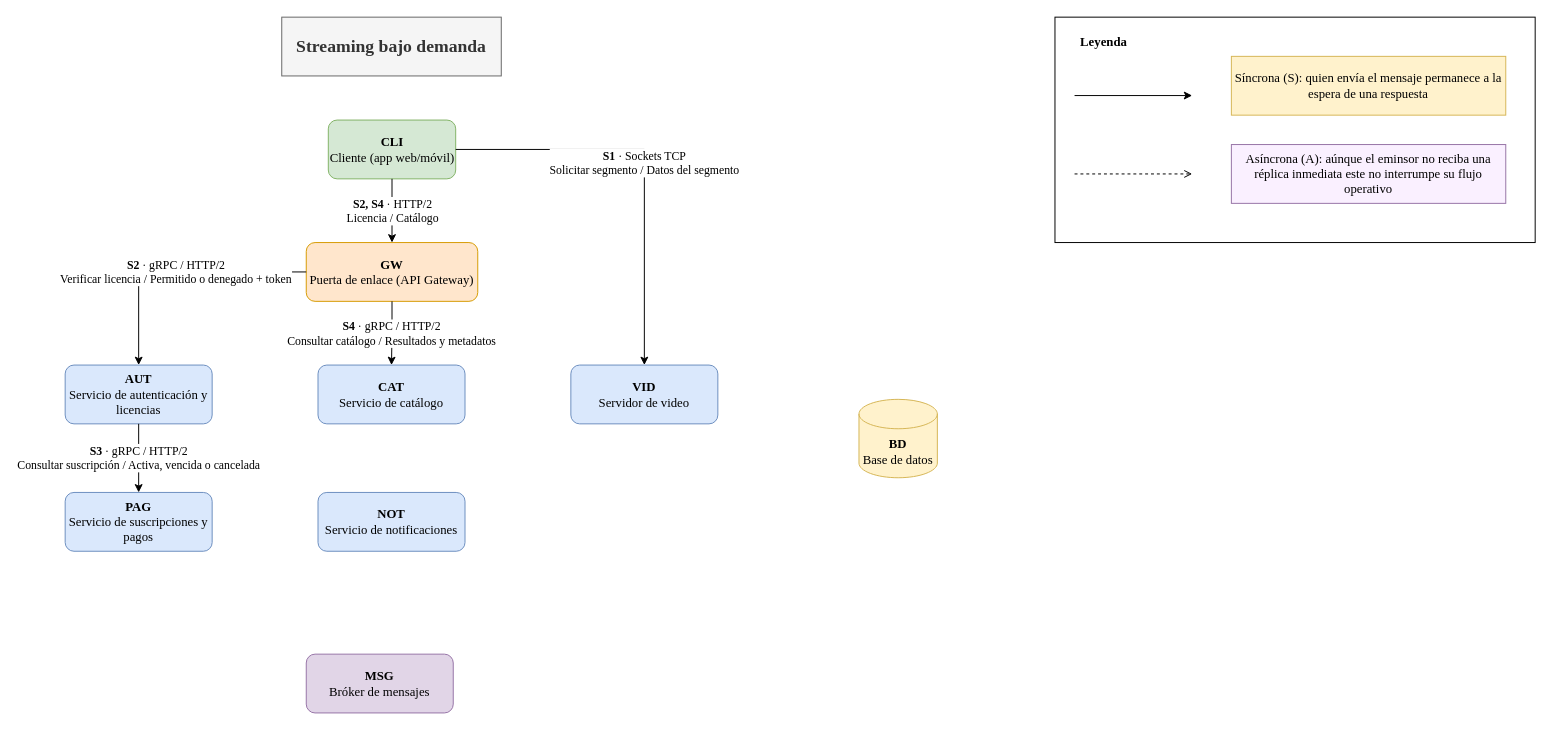
Above: diagrama/comunicacion.drawio in reyshadow0/isr701-form-tl-01 (draw.io), before the change. Source tidied: cells renumbered, new cells numbered last; positions are measured from the earlier drawing's top-left corner, leaving out a move shared by most shapes. Both pictures are drawn from the tidied source at 98%, with x=0, y=0 at pixel (65, 17).
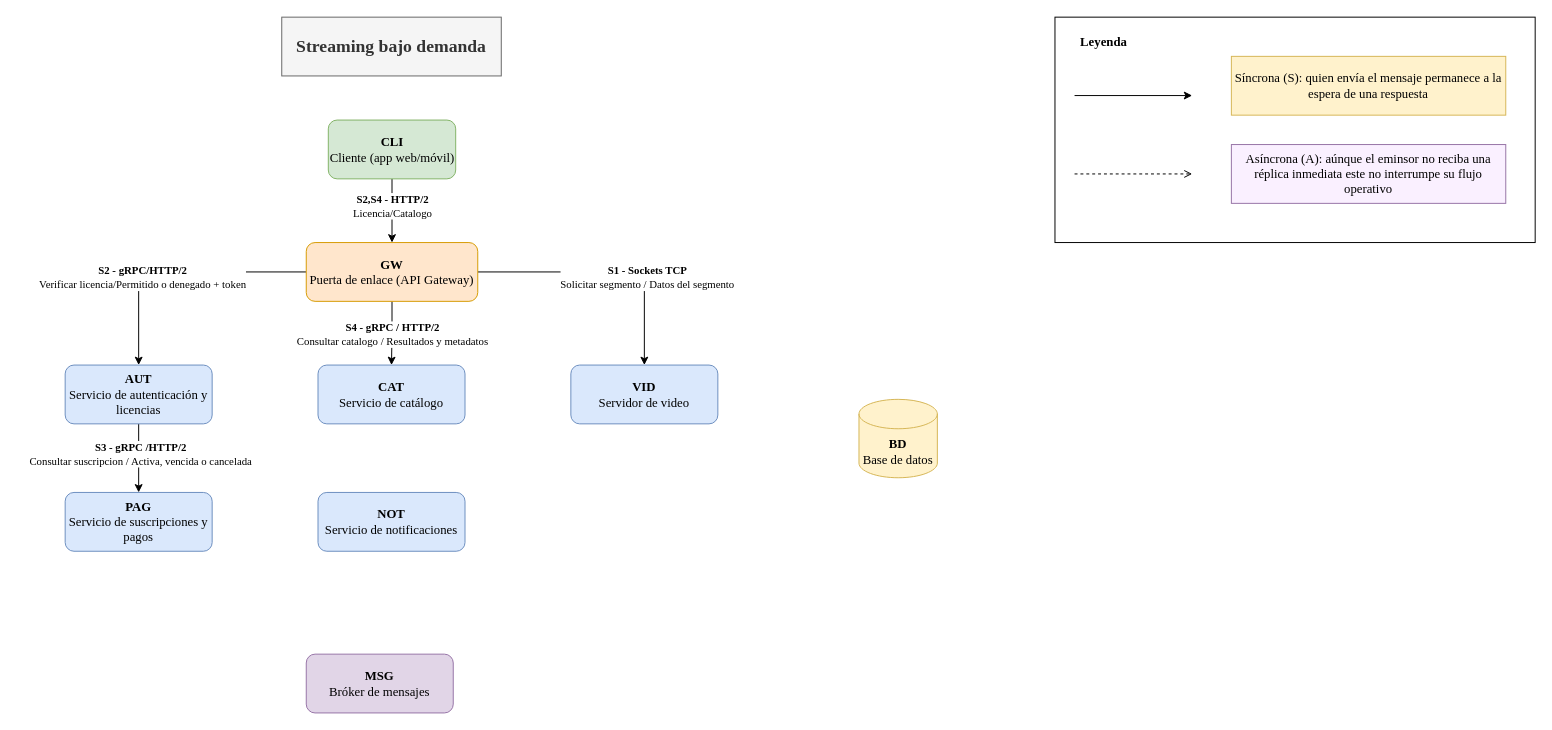
After the change.

Commit message:
Ajustes de interacciones sincronas

The change refers to these unchanged cells:
```xml
<mxCell id="3" value="&lt;b&gt;CLI&lt;/b&gt;&lt;div&gt;Cliente (app web/móvil)&lt;/div&gt;" style="rounded=1;whiteSpace=wrap;html=1;roundedPerimeter=1;fillColor=#d5e8d4;strokeColor=#82b366;fontFamily=Times New Roman;fontSize=13;" parent="1" vertex="1">
  <mxGeometry x="268.5" y="105" width="130" height="60" as="geometry" />
</mxCell>
<mxCell id="4" value="&lt;b&gt;GW&lt;/b&gt;&lt;div&gt;Puerta de enlace (API Gateway)&lt;/div&gt;" style="rounded=1;whiteSpace=wrap;html=1;roundedPerimeter=1;fillColor=#ffe6cc;strokeColor=#d79b00;fontFamily=Times New Roman;fontSize=13;" parent="1" vertex="1">
  <mxGeometry x="246" y="230" width="175" height="60" as="geometry" />
</mxCell>
<mxCell id="5" value="&lt;b&gt;AUT&lt;/b&gt;&lt;div&gt;Servicio de autenticación y licencias&lt;/div&gt;" style="rounded=1;whiteSpace=wrap;html=1;roundedPerimeter=1;fillColor=#dae8fc;strokeColor=#6c8ebf;fontFamily=Times New Roman;fontSize=13;" parent="1" vertex="1">
  <mxGeometry y="355" width="150" height="60" as="geometry" />
</mxCell>
<mxCell id="6" value="&lt;b&gt;CAT&lt;/b&gt;&lt;div&gt;Servicio de catálogo&lt;/div&gt;" style="rounded=1;whiteSpace=wrap;html=1;roundedPerimeter=1;fillColor=#dae8fc;strokeColor=#6c8ebf;fontFamily=Times New Roman;fontSize=13;" parent="1" vertex="1">
  <mxGeometry x="258" y="355" width="150" height="60" as="geometry" />
</mxCell>
<mxCell id="7" value="&lt;b&gt;VID&lt;/b&gt;&lt;div&gt;Servidor de video&lt;/div&gt;" style="rounded=1;whiteSpace=wrap;html=1;roundedPerimeter=1;fillColor=#dae8fc;strokeColor=#6c8ebf;fontFamily=Times New Roman;fontSize=13;" parent="1" vertex="1">
  <mxGeometry x="516" y="355" width="150" height="60" as="geometry" />
</mxCell>
<mxCell id="8" value="&lt;b&gt;PAG&lt;/b&gt;&lt;div&gt;Servicio de suscripciones y pagos&lt;/div&gt;" style="rounded=1;whiteSpace=wrap;html=1;roundedPerimeter=1;fillColor=#dae8fc;strokeColor=#6c8ebf;fontFamily=Times New Roman;fontSize=13;" parent="1" vertex="1">
  <mxGeometry y="485" width="150" height="60" as="geometry" />
</mxCell>
```

Change to the diagram source:
```diff
@@
+    <mxCell id="19" style="edgeStyle=orthogonalEdgeStyle;rounded=0;jettySize=auto;html=1;entryX=0.5;entryY=0;entryDx=0;entryDy=0;defaultLabelBackgroundColor=page;" parent="1" edge="1" source="3" target="4">
+      <mxGeometry relative="1" as="geometry" />
+    </mxCell>
+    <mxCell id="23" value="&lt;font face=&quot;Times New Roman&quot;&gt;&lt;b&gt;S2,S4 - HTTP/2&lt;/b&gt;&lt;br&gt;Licencia/Catalogo&lt;/font&gt;" style="edgeLabel;html=1;align=center;verticalAlign=middle;inheritText=1;defaultLabelBackgroundColor=page;" parent="19" vertex="1">
+      <mxGeometry x="-0.15" relative="1" as="geometry">
+        <mxPoint y="-1" as="offset" />
+      </mxGeometry>
+    </mxCell>
@@
+    <mxCell id="20" style="edgeStyle=orthogonalEdgeStyle;rounded=0;jettySize=auto;html=1;defaultLabelBackgroundColor=page;" parent="1" edge="1" source="4" target="5">
+      <mxGeometry relative="1" as="geometry" />
+    </mxCell>
+    <mxCell id="24" value="&lt;b&gt;&lt;font face=&quot;Times New Roman&quot;&gt;S2 - gRPC/HTTP/2&lt;/font&gt;&lt;/b&gt;&lt;div&gt;&lt;font face=&quot;Times New Roman&quot;&gt;Verificar licencia/Permitido o denegado + token&lt;/font&gt;&lt;/div&gt;" style="edgeLabel;html=1;align=center;verticalAlign=middle;inheritText=1;defaultLabelBackgroundColor=page;" parent="20" vertex="1">
+      <mxGeometry x="0.32" y="3" relative="1" as="geometry" />
+    </mxCell>
+    <mxCell id="21" style="edgeStyle=orthogonalEdgeStyle;rounded=0;jettySize=auto;html=1;entryX=0.5;entryY=0;entryDx=0;entryDy=0;defaultLabelBackgroundColor=page;" parent="1" edge="1" source="4" target="6">
+      <mxGeometry relative="1" as="geometry" />
+    </mxCell>
+    <mxCell id="25" value="&lt;div&gt;&lt;b&gt;&lt;font face=&quot;Times New Roman&quot;&gt;S4 - gRPC / HTTP/2&lt;/font&gt;&lt;/b&gt;&lt;/div&gt;&lt;div&gt;&lt;font face=&quot;Times New Roman&quot;&gt;Consultar catalogo / Resultados y metadatos&lt;/font&gt;&lt;/div&gt;" style="edgeLabel;html=1;align=center;verticalAlign=middle;inheritText=1;defaultLabelBackgroundColor=page;" parent="21" vertex="1">
+      <mxGeometry x="0.05" relative="1" as="geometry" />
+    </mxCell>
+    <mxCell id="26" style="edgeStyle=orthogonalEdgeStyle;rounded=0;jettySize=auto;html=1;defaultLabelBackgroundColor=page;" parent="1" edge="1" source="4" target="7">
+      <mxGeometry relative="1" as="geometry" />
+    </mxCell>
+    <mxCell id="27" value="&lt;div&gt;&lt;b&gt;&lt;font face=&quot;Times New Roman&quot;&gt;S1 - Sockets TCP&lt;/font&gt;&lt;/b&gt;&lt;/div&gt;&lt;div&gt;&lt;font face=&quot;Times New Roman&quot;&gt;Solicitar segmento / Datos del segmento&lt;/font&gt;&lt;/div&gt;" style="edgeLabel;html=1;align=center;verticalAlign=middle;inheritText=1;defaultLabelBackgroundColor=page;" parent="26" vertex="1">
+      <mxGeometry x="0.32" y="2" relative="1" as="geometry" />
+    </mxCell>
@@
+    <mxCell id="22" style="edgeStyle=orthogonalEdgeStyle;rounded=0;jettySize=auto;html=1;entryX=0.5;entryY=0;entryDx=0;entryDy=0;defaultLabelBackgroundColor=page;" parent="1" edge="1" source="5" target="8">
+      <mxGeometry relative="1" as="geometry" />
+    </mxCell>
+    <mxCell id="28" value="&lt;div&gt;&lt;b&gt;&lt;font face=&quot;Times New Roman&quot;&gt;S3 - gRPC /HTTP/2&lt;/font&gt;&lt;/b&gt;&lt;/div&gt;&lt;div&gt;&lt;font face=&quot;Times New Roman&quot;&gt;Consultar suscripcion / Activa, vencida o cancelada&lt;/font&gt;&lt;/div&gt;" style="edgeLabel;html=1;align=center;verticalAlign=middle;inheritText=1;defaultLabelBackgroundColor=page;" parent="22" vertex="1">
+      <mxGeometry x="-0.15" y="1" relative="1" as="geometry" />
+    </mxCell>
@@
-    <mxCell id="18" value="&lt;b&gt;S1&lt;/b&gt; · Sockets TCP&lt;br&gt;Solicitar segmento / Datos del segmento" style="endArrow=classic;html=1;rounded=0;fontFamily=Times New Roman;fontSize=12;labelBackgroundColor=default;edgeStyle=orthogonalEdgeStyle;exitX=1;exitY=0.5;exitDx=0;exitDy=0;entryX=0.5;entryY=0;entryDx=0;entryDy=0;" parent="1" edge="1" source="3" target="7">
-      <mxGeometry relative="1" as="geometry" />
-    </mxCell>
-    <mxCell id="19" value="&lt;b&gt;S2, S4&lt;/b&gt; · HTTP/2&lt;br&gt;Licencia / Catálogo" style="endArrow=classic;html=1;rounded=0;fontFamily=Times New Roman;fontSize=12;labelBackgroundColor=default;edgeStyle=orthogonalEdgeStyle;exitX=0.5;exitY=1;exitDx=0;exitDy=0;entryX=0.5;entryY=0;entryDx=0;entryDy=0;" parent="1" edge="1" source="3" target="4">
-      <mxGeometry relative="1" as="geometry" />
-    </mxCell>
-    <mxCell id="20" value="&lt;b&gt;S2&lt;/b&gt; · gRPC / HTTP/2&lt;br&gt;Verificar licencia / Permitido o denegado + token" style="endArrow=classic;html=1;rounded=0;fontFamily=Times New Roman;fontSize=12;labelBackgroundColor=default;edgeStyle=orthogonalEdgeStyle;exitX=0;exitY=0.5;exitDx=0;exitDy=0;entryX=0.5;entryY=0;entryDx=0;entryDy=0;" parent="1" edge="1" source="4" target="5">
-      <mxGeometry relative="1" as="geometry" />
-    </mxCell>
-    <mxCell id="21" value="&lt;b&gt;S4&lt;/b&gt; · gRPC / HTTP/2&lt;br&gt;Consultar catálogo / Resultados y metadatos" style="endArrow=classic;html=1;rounded=0;fontFamily=Times New Roman;fontSize=12;labelBackgroundColor=default;edgeStyle=orthogonalEdgeStyle;exitX=0.5;exitY=1;exitDx=0;exitDy=0;entryX=0.5;entryY=0;entryDx=0;entryDy=0;" parent="1" edge="1" source="4" target="6">
-      <mxGeometry relative="1" as="geometry" />
-    </mxCell>
-    <mxCell id="22" value="&lt;b&gt;S3&lt;/b&gt; · gRPC / HTTP/2&lt;br&gt;Consultar suscripción / Activa, vencida o cancelada" style="endArrow=classic;html=1;rounded=0;fontFamily=Times New Roman;fontSize=12;labelBackgroundColor=default;edgeStyle=orthogonalEdgeStyle;exitX=0.5;exitY=1;exitDx=0;exitDy=0;entryX=0.5;entryY=0;entryDx=0;entryDy=0;" parent="1" edge="1" source="5" target="8">
-      <mxGeometry relative="1" as="geometry" />
-    </mxCell>
```
